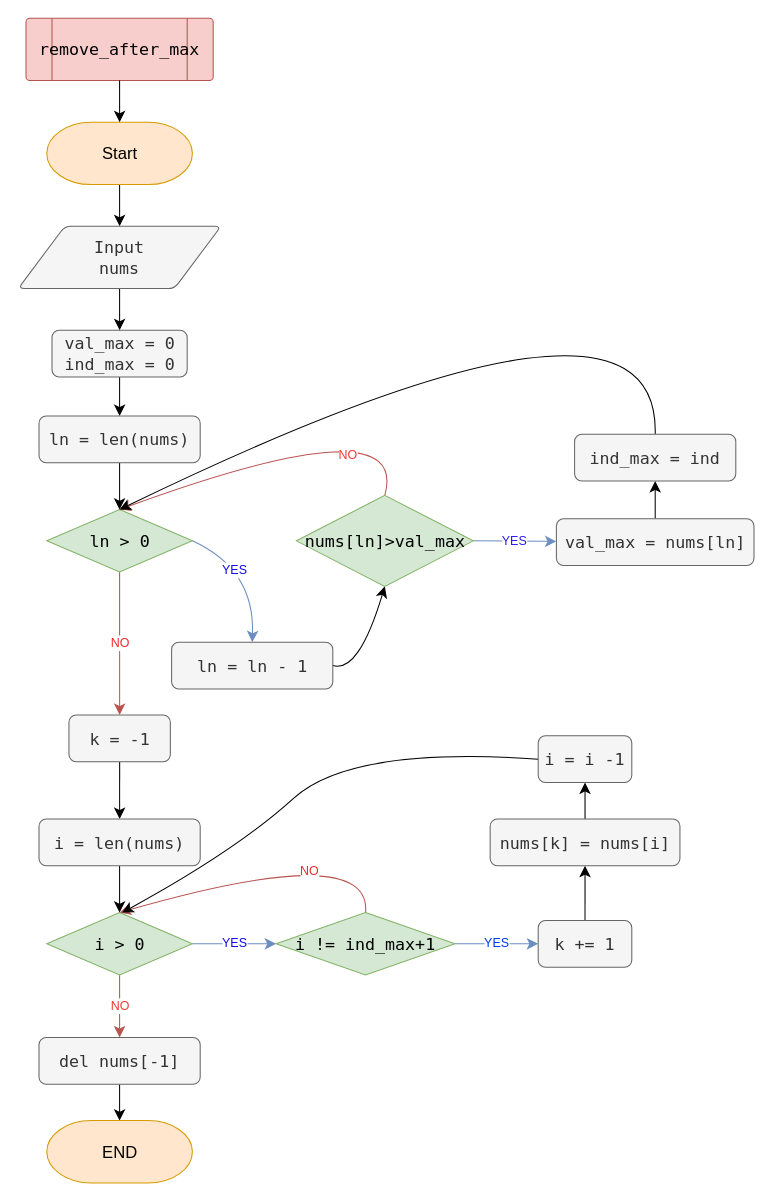
Earlier version of the draw.io diagram research_doc/flowcharts/first_task.drawio (orenvadi/LABs). Source tidied: cells renumbered, new cells numbered last; positions are measured from the earlier drawing's top-left corner, leaving out a move shared by most shapes. Both pictures are drawn from the tidied source at 104%, with x=0, y=0 at pixel (-2160, 18).
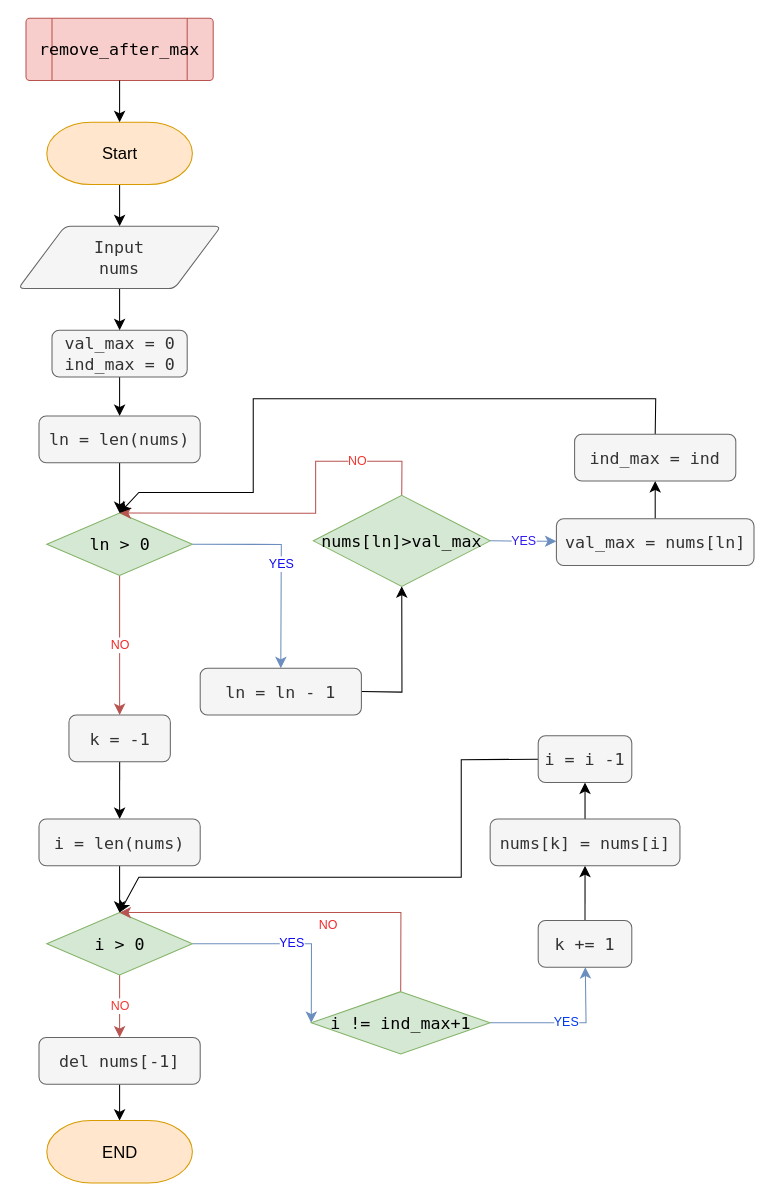
After the change.

The change refers to these unchanged cells:
```xml
<mxCell id="26" value="&lt;div&gt;ind_max = ind&lt;/div&gt;" style="rounded=1;whiteSpace=wrap;html=1;absoluteArcSize=1;arcSize=14;strokeWidth=1;fontFamily=Lucida Console;fontSize=16;fillColor=#f5f5f5;strokeColor=#666666;fontColor=#333333;" parent="1" vertex="1">
  <mxGeometry x="2629" y="400" width="155" height="45" as="geometry" />
</mxCell>
<mxCell id="33" value="i &amp;gt; 0" style="strokeWidth=1;html=1;shape=mxgraph.flowchart.decision;whiteSpace=wrap;rounded=1;fontSize=16;fontFamily=Lucida Console;fillColor=#d5e8d4;strokeColor=#82b366;" parent="1" vertex="1">
  <mxGeometry x="2121.5" y="860" width="140" height="60" as="geometry" />
</mxCell>
<mxCell id="38" value="&lt;div&gt;k += 1&lt;/div&gt;" style="rounded=1;whiteSpace=wrap;html=1;absoluteArcSize=1;arcSize=14;strokeWidth=1;fontFamily=Lucida Console;fontSize=16;fillColor=#f5f5f5;strokeColor=#666666;fontColor=#333333;" parent="1" vertex="1">
  <mxGeometry x="2594" y="867.5" width="90" height="45" as="geometry" />
</mxCell>
<mxCell id="44" value="&lt;div&gt;i = i -1&lt;/div&gt;" style="rounded=1;whiteSpace=wrap;html=1;absoluteArcSize=1;arcSize=14;strokeWidth=1;fontFamily=Lucida Console;fontSize=16;fillColor=#f5f5f5;strokeColor=#666666;fontColor=#333333;" parent="1" vertex="1">
  <mxGeometry x="2594" y="690" width="90" height="45" as="geometry" />
</mxCell>
```

The edit, as a diff of the source:
```diff
@@
-    <mxCell id="8" value="YES" style="edgeStyle=none;curved=1;rounded=0;jettySize=auto;html=1;exitX=1;exitY=0.5;exitDx=0;exitDy=0;exitPerimeter=0;fontSize=12;startSize=8;endSize=8;fillColor=#dae8fc;strokeColor=#6c8ebf;fontColor=#110AF0;entryX=0.5;entryY=0;entryDx=0;entryDy=0;" parent="1" edge="1" source="10" target="14">
-      <mxGeometry y="-19" relative="1" as="geometry">
+    <mxCell id="8" value="YES" style="edgeStyle=none;rounded=0;jettySize=auto;html=1;exitX=1;exitY=0.5;exitDx=0;exitDy=0;exitPerimeter=0;fontSize=12;startSize=8;endSize=8;fillColor=#dae8fc;strokeColor=#6c8ebf;fontColor=#110AF0;entryX=0.5;entryY=0;entryDx=0;entryDy=0;" parent="1" edge="1" source="10" target="14">
+      <mxGeometry x="0.03" relative="1" as="geometry">
         <Array as="points">
-          <mxPoint x="2321.5" y="530" />
+          <mxPoint x="2347" y="506" />
         </Array>
       </mxGeometry>
     </mxCell>
@@
     <mxCell id="10" value="ln &amp;gt; 0" style="strokeWidth=1;html=1;shape=mxgraph.flowchart.decision;whiteSpace=wrap;rounded=1;fontSize=16;fontFamily=Lucida Console;fillColor=#d5e8d4;strokeColor=#82b366;" parent="1" vertex="1">
-      <mxGeometry x="2121.5" y="472.5" width="140" height="60" as="geometry" />
+      <mxGeometry x="2121.5" y="475.8" width="140" height="60" as="geometry" />
     </mxCell>
@@
-    <mxCell id="13" style="edgeStyle=none;curved=1;rounded=0;jettySize=auto;html=1;exitX=1;exitY=0.5;exitDx=0;exitDy=0;entryX=0.5;entryY=1;entryDx=0;entryDy=0;entryPerimeter=0;fontSize=12;startSize=8;endSize=8;" parent="1" edge="1" source="14" target="22">
+    <mxCell id="13" style="edgeStyle=none;rounded=0;jettySize=auto;html=1;exitX=1;exitY=0.5;exitDx=0;exitDy=0;entryX=0.5;entryY=1;entryDx=0;entryDy=0;entryPerimeter=0;fontSize=12;startSize=8;endSize=8;" parent="1" edge="1" source="14" target="22">
       <mxGeometry relative="1" as="geometry">
         <Array as="points">
-          <mxPoint x="2421.5" y="630" />
+          <mxPoint x="2463" y="648" />
         </Array>
       </mxGeometry>
     </mxCell>
     <mxCell id="14" value="&lt;div&gt;ln = ln - 1&lt;/div&gt;" style="rounded=1;whiteSpace=wrap;html=1;absoluteArcSize=1;arcSize=14;strokeWidth=1;fontFamily=Lucida Console;fontSize=16;fillColor=#f5f5f5;strokeColor=#666666;fontColor=#333333;" parent="1" vertex="1">
-      <mxGeometry x="2241.5" y="600" width="155" height="45" as="geometry" />
+      <mxGeometry x="2269" y="625" width="155" height="45" as="geometry" />
     </mxCell>
@@
-    <mxCell id="21" value="NO" style="edgeStyle=none;curved=1;rounded=0;jettySize=auto;html=1;exitX=0.5;exitY=0;exitDx=0;exitDy=0;exitPerimeter=0;entryX=0.5;entryY=0;entryDx=0;entryDy=0;entryPerimeter=0;fontSize=12;startSize=8;endSize=8;fontColor=#F03932;fillColor=#f8cecc;strokeColor=#b85450;" parent="1" edge="1" source="22" target="10">
-      <mxGeometry x="-0.15" y="26" relative="1" as="geometry">
+    <mxCell id="21" value="NO" style="edgeStyle=none;rounded=0;jettySize=auto;html=1;exitX=0.5;exitY=0;exitDx=0;exitDy=0;exitPerimeter=0;entryX=0.5;entryY=0;entryDx=0;entryDy=0;entryPerimeter=0;fontSize=12;startSize=8;endSize=8;fontColor=#F03932;fillColor=#f8cecc;strokeColor=#b85450;" parent="1" edge="1" source="22" target="10">
+      <mxGeometry x="-0.57" relative="1" as="geometry">
         <Array as="points">
-          <mxPoint x="2471.5" y="370" />
+          <mxPoint x="2463" y="426" />
+          <mxPoint x="2380" y="426" />
+          <mxPoint x="2380" y="476" />
         </Array>
       </mxGeometry>
     </mxCell>
     <mxCell id="22" value="nums[ln]&amp;gt;val_max" style="strokeWidth=1;html=1;shape=mxgraph.flowchart.decision;whiteSpace=wrap;rounded=1;fontSize=16;fontFamily=Lucida Console;fillColor=#d5e8d4;strokeColor=#82b366;" parent="1" vertex="1">
-      <mxGeometry x="2361.5" y="458.8" width="170" height="87.5" as="geometry" />
+      <mxGeometry x="2377.8" y="458.8" width="170" height="87.5" as="geometry" />
     </mxCell>
@@
-    <mxCell id="25" style="edgeStyle=none;curved=1;rounded=0;jettySize=auto;html=1;exitX=0.5;exitY=0;exitDx=0;exitDy=0;entryX=0.5;entryY=0;entryDx=0;entryDy=0;entryPerimeter=0;fontSize=12;startSize=8;endSize=8;" parent="1" edge="1" source="26" target="10">
+    <mxCell id="25" style="edgeStyle=none;rounded=0;jettySize=auto;html=1;exitX=0.5;exitY=0;exitDx=0;exitDy=0;entryX=0.5;entryY=0;entryDx=0;entryDy=0;entryPerimeter=0;fontSize=12;startSize=8;endSize=8;" parent="1" edge="1" source="26" target="10">
       <mxGeometry relative="1" as="geometry">
         <Array as="points">
-          <mxPoint x="2711.5" y="220" />
+          <mxPoint x="2707" y="366" />
+          <mxPoint x="2320" y="366" />
+          <mxPoint x="2320" y="456" />
+          <mxPoint x="2210" y="456" />
         </Array>
       </mxGeometry>
     </mxCell>
@@
-    <mxCell id="31" value="YES" style="edgeStyle=none;curved=1;rounded=0;jettySize=auto;html=1;exitX=1;exitY=0.5;exitDx=0;exitDy=0;exitPerimeter=0;fontSize=12;startSize=8;endSize=8;fontColor=#110AF0;fillColor=#dae8fc;strokeColor=#6c8ebf;" parent="1" edge="1" source="33" target="36">
-      <mxGeometry relative="1" as="geometry" />
+    <mxCell id="31" value="YES" style="edgeStyle=none;rounded=0;jettySize=auto;html=1;exitX=1;exitY=0.5;exitDx=0;exitDy=0;exitPerimeter=0;fontSize=12;startSize=8;endSize=8;fontColor=#110AF0;fillColor=#dae8fc;strokeColor=#6c8ebf;entryX=0;entryY=0.5;entryDx=0;entryDy=0;entryPerimeter=0;" parent="1" edge="1" source="33" target="36">
+      <mxGeometry relative="1" as="geometry">
+        <Array as="points">
+          <mxPoint x="2376" y="890" />
+        </Array>
+      </mxGeometry>
     </mxCell>
@@
-    <mxCell id="34" value="YES" style="edgeStyle=none;curved=1;rounded=0;jettySize=auto;html=1;exitX=1;exitY=0.5;exitDx=0;exitDy=0;exitPerimeter=0;fontSize=12;startSize=8;endSize=8;fillColor=#dae8fc;strokeColor=#6c8ebf;fontColor=#0038F0;" parent="1" edge="1" source="36" target="38">
-      <mxGeometry relative="1" as="geometry" />
+    <mxCell id="34" value="YES" style="edgeStyle=none;rounded=0;jettySize=auto;html=1;exitX=1;exitY=0.5;exitDx=0;exitDy=0;exitPerimeter=0;fontSize=12;startSize=8;endSize=8;fillColor=#dae8fc;strokeColor=#6c8ebf;fontColor=#0038F0;" parent="1" edge="1" source="36" target="38">
+      <mxGeometry relative="1" as="geometry">
+        <Array as="points">
+          <mxPoint x="2640" y="966" />
+        </Array>
+      </mxGeometry>
     </mxCell>
-    <mxCell id="35" value="NO" style="edgeStyle=none;curved=1;rounded=0;jettySize=auto;html=1;exitX=0.5;exitY=0;exitDx=0;exitDy=0;exitPerimeter=0;entryX=0.5;entryY=0;entryDx=0;entryDy=0;entryPerimeter=0;fontSize=12;startSize=8;endSize=8;fillColor=#f8cecc;strokeColor=#b85450;fontColor=#F02B2B;" parent="1" edge="1" source="36" target="33">
+    <mxCell id="35" value="NO" style="edgeStyle=none;rounded=0;jettySize=auto;html=1;exitX=0.5;exitY=0;exitDx=0;exitDy=0;exitPerimeter=0;entryX=0.5;entryY=0;entryDx=0;entryDy=0;entryPerimeter=0;fontSize=12;startSize=8;endSize=8;fillColor=#f8cecc;strokeColor=#b85450;fontColor=#F02B2B;" parent="1" edge="1" source="36" target="33">
       <mxGeometry x="-0.16" y="12" relative="1" as="geometry">
         <Array as="points">
-          <mxPoint x="2434" y="790" />
+          <mxPoint x="2462" y="860" />
         </Array>
       </mxGeometry>
     </mxCell>
     <mxCell id="36" value="i != ind_max+1" style="strokeWidth=1;html=1;shape=mxgraph.flowchart.decision;whiteSpace=wrap;rounded=1;fontSize=16;fontFamily=Lucida Console;fillColor=#d5e8d4;strokeColor=#82b366;" parent="1" vertex="1">
-      <mxGeometry x="2342" y="860" width="172" height="60" as="geometry" />
+      <mxGeometry x="2375.8" y="936" width="172" height="60" as="geometry" />
     </mxCell>
@@
-    <mxCell id="43" style="edgeStyle=none;curved=1;rounded=0;jettySize=auto;html=1;exitX=0;exitY=0.5;exitDx=0;exitDy=0;fontSize=12;startSize=8;endSize=8;" parent="1" edge="1" source="44">
-      <mxGeometry relative="1" as="geometry">
-        <mxPoint x="2194" y="860" as="targetPoint" />
-        <Array as="points">
-          <mxPoint x="2414" y="700" />
-          <mxPoint x="2304" y="800" />
-        </Array>
-      </mxGeometry>
-    </mxCell>
+    <mxCell id="46" style="edgeStyle=none;rounded=0;jettySize=auto;html=1;exitX=0;exitY=0.5;exitDx=0;exitDy=0;fontSize=12;startSize=8;endSize=8;entryX=0.5;entryY=0;entryDx=0;entryDy=0;entryPerimeter=0;" parent="1" edge="1" source="44" target="33">
+      <mxGeometry relative="1" as="geometry">
+        <Array as="points">
+          <mxPoint x="2520" y="713" />
+          <mxPoint x="2520" y="826" />
+          <mxPoint x="2250" y="826" />
+          <mxPoint x="2210" y="826" />
+        </Array>
+      </mxGeometry>
+    </mxCell>
```
